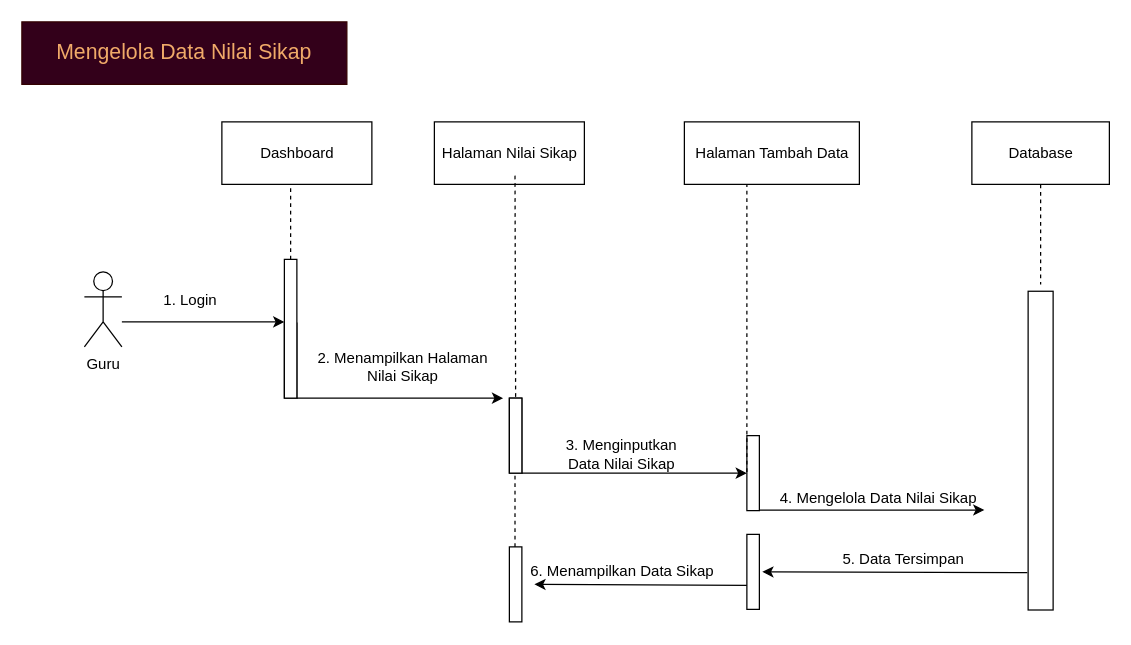
Before: page "SQG-Kelola Data Nilai Sikap" (9 of 29) of draw.io/Proyek-3.drawio in Tugas-Proyek-Polindra/proyek-3, a draw.io diagram. Source tidied: cells renumbered, new cells numbered last; positions are measured from the earlier drawing's top-left corner, leaving out a move shared by most shapes. Both pictures are drawn from the tidied source at 125%, with x=0, y=0 at pixel (21, 21).
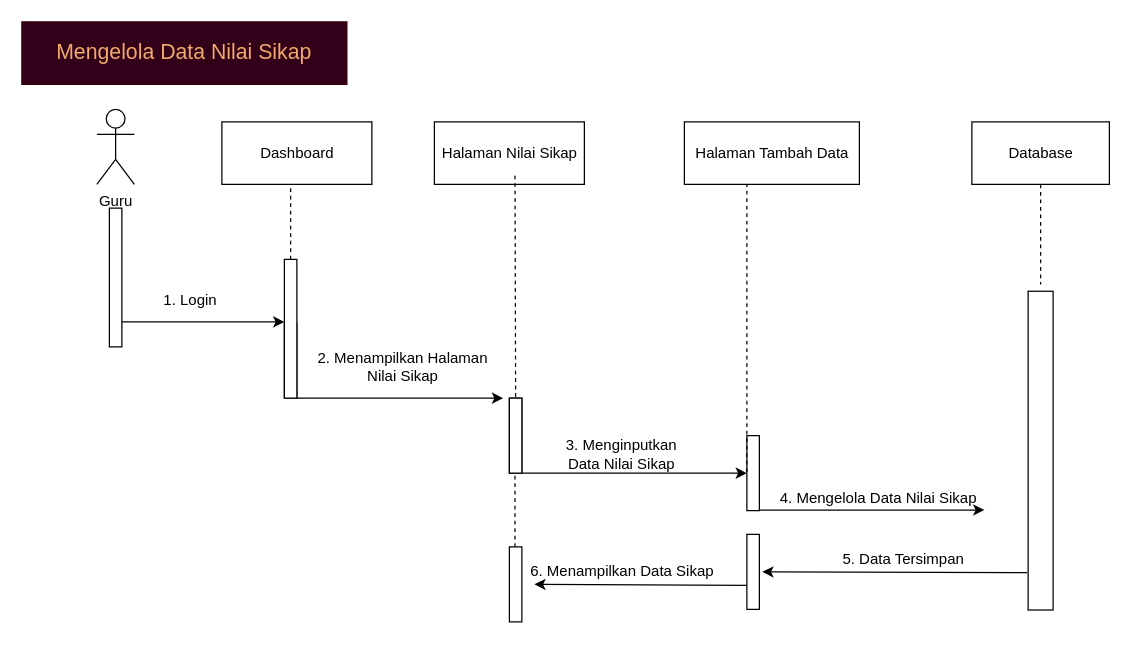
After the change.

The edit, as a diff of the source:
```diff
@@
     <mxCell id="7" value="Guru" style="shape=umlActor;verticalLabelPosition=bottom;verticalAlign=top;html=1;" parent="1" vertex="1">
-      <mxGeometry x="50" y="200" width="30" height="60" as="geometry" />
+      <mxGeometry x="60" y="70" width="30" height="60" as="geometry" />
     </mxCell>
@@
+    <mxCell id="34" style="html=1;perimeter=orthogonalPerimeter;" parent="1" vertex="1">
+      <mxGeometry x="70" y="149" width="10" height="111" as="geometry" />
+    </mxCell>
```
